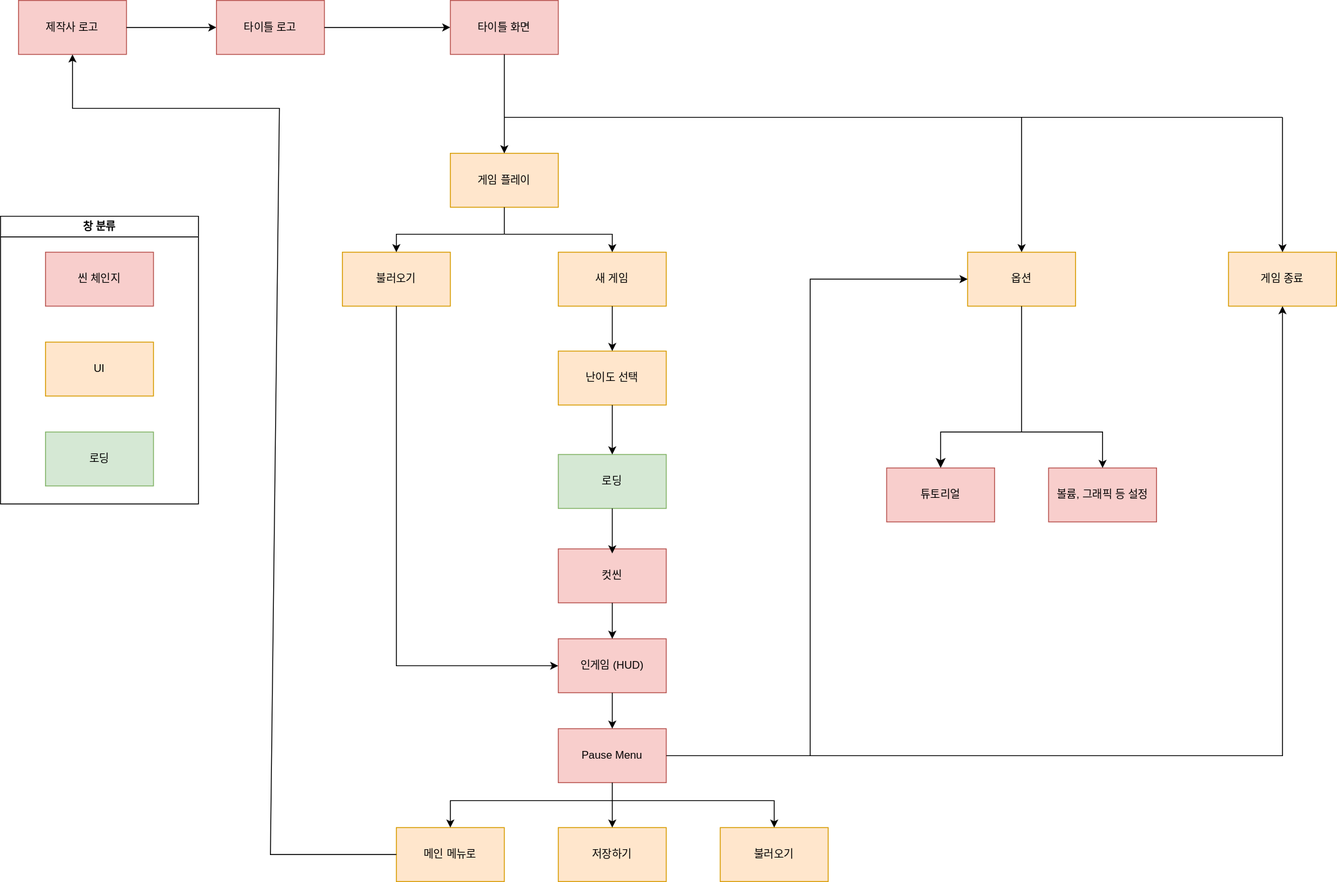
Above: images/착호 씬플로우.drawio.svg in Shukaredy/redygames (draw.io), before the change. Source tidied: cells renumbered, new cells last; positions are measured from the earlier drawing's top-left corner, leaving out a move shared by most shapes. Source of this version:
```xml
<mxGraphModel>
  <root>
    <mxCell id="0" />
    <mxCell id="1" parent="0" />
    <mxCell id="2" value="제작사 로고" style="rounded=0;whiteSpace=wrap;html=1;fillColor=#f8cecc;strokeColor=#b85450;" parent="1" vertex="1">
      <mxGeometry x="20" width="120" height="60" as="geometry" />
    </mxCell>
    <mxCell id="3" style="endArrow=classic;html=1;rounded=0;exitX=1;exitY=0.5;exitDx=0;exitDy=0;entryX=0;entryY=0.5;entryDx=0;entryDy=0;" parent="1" edge="1" source="2" target="4">
      <mxGeometry relative="1" as="geometry" />
    </mxCell>
    <mxCell id="4" value="타이틀 로고" style="rounded=0;whiteSpace=wrap;html=1;fillColor=#f8cecc;strokeColor=#b85450;" parent="1" vertex="1">
      <mxGeometry x="240" width="120" height="60" as="geometry" />
    </mxCell>
    <mxCell id="5" style="endArrow=classic;html=1;rounded=0;exitX=1;exitY=0.5;exitDx=0;exitDy=0;entryX=0;entryY=0.5;entryDx=0;entryDy=0;" parent="1" edge="1" source="4" target="6">
      <mxGeometry relative="1" as="geometry" />
    </mxCell>
    <mxCell id="6" value="타이틀 화면" style="rounded=0;whiteSpace=wrap;html=1;fillColor=#f8cecc;strokeColor=#b85450;" parent="1" vertex="1">
      <mxGeometry x="500" width="120" height="60" as="geometry" />
    </mxCell>
    <mxCell id="7" value="게임 플레이" style="rounded=0;whiteSpace=wrap;html=1;fillColor=#ffe6cc;strokeColor=#d79b00;" parent="1" vertex="1">
      <mxGeometry x="500" y="170" width="120" height="60" as="geometry" />
    </mxCell>
    <mxCell id="8" style="endArrow=classic;html=1;rounded=0;exitX=0.5;exitY=1;exitDx=0;exitDy=0;entryX=0.5;entryY=0;entryDx=0;entryDy=0;" parent="1" edge="1" source="6" target="7">
      <mxGeometry relative="1" as="geometry" />
    </mxCell>
    <mxCell id="9" style="endArrow=classic;html=1;rounded=0;entryX=0.5;entryY=0;entryDx=0;entryDy=0;" parent="1" edge="1" target="10">
      <mxGeometry relative="1" as="geometry">
        <mxPoint x="560" y="130" as="sourcePoint" />
        <Array as="points">
          <mxPoint x="1135" y="130" />
        </Array>
      </mxGeometry>
    </mxCell>
    <mxCell id="10" value="옵션" style="rounded=0;whiteSpace=wrap;html=1;fillColor=#ffe6cc;strokeColor=#d79b00;" parent="1" vertex="1">
      <mxGeometry x="1075" y="280" width="120" height="60" as="geometry" />
    </mxCell>
    <mxCell id="11" value="볼륨, 그래픽 등 설정" style="rounded=0;whiteSpace=wrap;html=1;fillColor=#f8cecc;strokeColor=#b85450;" parent="1" vertex="1">
      <mxGeometry x="1165" y="520" width="120" height="60" as="geometry" />
    </mxCell>
    <mxCell id="12" value="로딩" style="rounded=0;whiteSpace=wrap;html=1;fillColor=#d5e8d4;strokeColor=#82b366;" parent="1" vertex="1">
      <mxGeometry x="620" y="505" width="120" height="60" as="geometry" />
    </mxCell>
    <mxCell id="13" value="인게임 (HUD)" style="rounded=0;whiteSpace=wrap;html=1;fillColor=#f8cecc;strokeColor=#b85450;" parent="1" vertex="1">
      <mxGeometry x="620" y="710" width="120" height="60" as="geometry" />
    </mxCell>
    <mxCell id="14" style="endArrow=classic;html=1;rounded=0;fontSize=12;startSize=8;endSize=8;curved=0;" parent="1" edge="1">
      <mxGeometry relative="1" as="geometry">
        <mxPoint x="1135" y="480" as="sourcePoint" />
        <mxPoint x="1045" y="520" as="targetPoint" />
        <Array as="points">
          <mxPoint x="1045" y="480" />
        </Array>
      </mxGeometry>
    </mxCell>
    <mxCell id="15" value="튜토리얼" style="rounded=0;whiteSpace=wrap;html=1;fillColor=#f8cecc;strokeColor=#b85450;" parent="1" vertex="1">
      <mxGeometry x="985" y="520" width="120" height="60" as="geometry" />
    </mxCell>
    <mxCell id="16" value="게임 종료" style="rounded=0;whiteSpace=wrap;html=1;fillColor=#ffe6cc;strokeColor=#d79b00;" parent="1" vertex="1">
      <mxGeometry x="1365" y="280" width="120" height="60" as="geometry" />
    </mxCell>
    <mxCell id="17" value="창 분류" style="swimlane;whiteSpace=wrap;html=1;" parent="1" vertex="1">
      <mxGeometry y="240" width="220" height="320" as="geometry" />
    </mxCell>
    <mxCell id="18" value="씬 체인지" style="rounded=0;whiteSpace=wrap;html=1;fillColor=#f8cecc;strokeColor=#b85450;" parent="17" vertex="1">
      <mxGeometry x="50" y="40" width="120" height="60" as="geometry" />
    </mxCell>
    <mxCell id="19" value="UI" style="rounded=0;whiteSpace=wrap;html=1;fillColor=#ffe6cc;strokeColor=#d79b00;" parent="17" vertex="1">
      <mxGeometry x="50" y="140" width="120" height="60" as="geometry" />
    </mxCell>
    <mxCell id="20" value="로딩" style="rounded=0;whiteSpace=wrap;html=1;fillColor=#d5e8d4;strokeColor=#82b366;" parent="17" vertex="1">
      <mxGeometry x="50" y="240" width="120" height="60" as="geometry" />
    </mxCell>
    <mxCell id="21" value="불러오기" style="rounded=0;whiteSpace=wrap;html=1;fillColor=#ffe6cc;strokeColor=#d79b00;" parent="1" vertex="1">
      <mxGeometry x="380" y="280" width="120" height="60" as="geometry" />
    </mxCell>
    <mxCell id="22" value="새 게임" style="rounded=0;whiteSpace=wrap;html=1;fillColor=#ffe6cc;strokeColor=#d79b00;" parent="1" vertex="1">
      <mxGeometry x="620" y="280" width="120" height="60" as="geometry" />
    </mxCell>
    <mxCell id="23" value="난이도 선택" style="rounded=0;whiteSpace=wrap;html=1;fillColor=#ffe6cc;strokeColor=#d79b00;" parent="1" vertex="1">
      <mxGeometry x="620" y="390" width="120" height="60" as="geometry" />
    </mxCell>
    <mxCell id="24" value="컷씬" style="rounded=0;whiteSpace=wrap;html=1;fillColor=#f8cecc;strokeColor=#b85450;" parent="1" vertex="1">
      <mxGeometry x="620" y="610" width="120" height="60" as="geometry" />
    </mxCell>
    <mxCell id="25" style="endArrow=none;html=1;rounded=0;entryX=0.5;entryY=1;entryDx=0;entryDy=0;" parent="1" edge="1" target="7">
      <mxGeometry relative="1" as="geometry">
        <mxPoint x="560" y="260" as="sourcePoint" />
      </mxGeometry>
    </mxCell>
    <mxCell id="26" style="endArrow=classic;html=1;rounded=0;entryX=0.5;entryY=0;entryDx=0;entryDy=0;" parent="1" edge="1" target="21">
      <mxGeometry relative="1" as="geometry">
        <mxPoint x="560" y="260" as="sourcePoint" />
        <Array as="points">
          <mxPoint x="440" y="260" />
        </Array>
      </mxGeometry>
    </mxCell>
    <mxCell id="27" style="endArrow=classic;html=1;rounded=0;entryX=0.5;entryY=0;entryDx=0;entryDy=0;" parent="1" edge="1" target="22">
      <mxGeometry relative="1" as="geometry">
        <mxPoint x="560" y="260" as="sourcePoint" />
        <Array as="points">
          <mxPoint x="680" y="260" />
        </Array>
      </mxGeometry>
    </mxCell>
    <mxCell id="28" style="endArrow=classic;html=1;rounded=0;exitX=0.5;exitY=1;exitDx=0;exitDy=0;entryX=0.5;entryY=0;entryDx=0;entryDy=0;" parent="1" edge="1" source="22" target="23">
      <mxGeometry relative="1" as="geometry" />
    </mxCell>
    <mxCell id="29" style="endArrow=classic;html=1;rounded=0;exitX=0.5;exitY=1;exitDx=0;exitDy=0;entryX=0.5;entryY=0;entryDx=0;entryDy=0;" parent="1" edge="1" source="23" target="12">
      <mxGeometry relative="1" as="geometry" />
    </mxCell>
    <mxCell id="30" style="endArrow=classic;html=1;rounded=0;exitX=0.5;exitY=1;exitDx=0;exitDy=0;entryX=0.5;entryY=0;entryDx=0;entryDy=0;" parent="1" edge="1" source="12">
      <mxGeometry relative="1" as="geometry">
        <mxPoint x="680" y="615" as="targetPoint" />
      </mxGeometry>
    </mxCell>
    <mxCell id="31" style="endArrow=classic;html=1;rounded=0;exitX=0.5;exitY=1;exitDx=0;exitDy=0;entryX=0.5;entryY=0;entryDx=0;entryDy=0;" parent="1" edge="1" source="24" target="13">
      <mxGeometry relative="1" as="geometry" />
    </mxCell>
    <mxCell id="32" style="endArrow=none;html=1;rounded=0;" parent="1" edge="1">
      <mxGeometry relative="1" as="geometry">
        <mxPoint x="1135" y="130" as="sourcePoint" />
        <mxPoint x="1425" y="130" as="targetPoint" />
      </mxGeometry>
    </mxCell>
    <mxCell id="33" style="endArrow=classic;html=1;rounded=0;entryX=0.5;entryY=0;entryDx=0;entryDy=0;" parent="1" edge="1" target="16">
      <mxGeometry relative="1" as="geometry">
        <mxPoint x="1425" y="130" as="sourcePoint" />
      </mxGeometry>
    </mxCell>
    <mxCell id="34" style="endArrow=none;html=1;rounded=0;exitX=0.5;exitY=1;exitDx=0;exitDy=0;" parent="1" edge="1" source="10">
      <mxGeometry relative="1" as="geometry">
        <mxPoint x="1135" y="480" as="targetPoint" />
      </mxGeometry>
    </mxCell>
    <mxCell id="35" style="endArrow=classic;html=1;rounded=0;exitX=0.5;exitY=1;exitDx=0;exitDy=0;entryX=0;entryY=0.5;entryDx=0;entryDy=0;" parent="1" edge="1" source="21" target="13">
      <mxGeometry relative="1" as="geometry">
        <Array as="points">
          <mxPoint x="440" y="740" />
        </Array>
      </mxGeometry>
    </mxCell>
    <mxCell id="36" style="endArrow=classic;html=1;rounded=0;entryX=0.5;entryY=0;entryDx=0;entryDy=0;" parent="1" edge="1" target="11">
      <mxGeometry relative="1" as="geometry">
        <mxPoint x="1135" y="480" as="sourcePoint" />
        <Array as="points">
          <mxPoint x="1225" y="480" />
        </Array>
      </mxGeometry>
    </mxCell>
    <mxCell id="37" value="Pause Menu" style="rounded=0;whiteSpace=wrap;html=1;fillColor=#f8cecc;strokeColor=#b85450;" parent="1" vertex="1">
      <mxGeometry x="620" y="810" width="120" height="60" as="geometry" />
    </mxCell>
    <mxCell id="38" style="endArrow=classic;html=1;rounded=0;exitX=0.5;exitY=1;exitDx=0;exitDy=0;entryX=0.5;entryY=0;entryDx=0;entryDy=0;" parent="1" edge="1" source="13" target="37">
      <mxGeometry relative="1" as="geometry" />
    </mxCell>
    <mxCell id="39" value="메인 메뉴로" style="rounded=0;whiteSpace=wrap;html=1;fillColor=#ffe6cc;strokeColor=#d79b00;" parent="1" vertex="1">
      <mxGeometry x="440" y="920" width="120" height="60" as="geometry" />
    </mxCell>
    <mxCell id="40" value="저장하기" style="rounded=0;whiteSpace=wrap;html=1;fillColor=#ffe6cc;strokeColor=#d79b00;" parent="1" vertex="1">
      <mxGeometry x="620" y="920" width="120" height="60" as="geometry" />
    </mxCell>
    <mxCell id="41" style="endArrow=classic;html=1;rounded=0;exitX=0.5;exitY=1;exitDx=0;exitDy=0;entryX=0.5;entryY=0;entryDx=0;entryDy=0;" parent="1" edge="1" source="37" target="39">
      <mxGeometry relative="1" as="geometry">
        <Array as="points">
          <mxPoint x="680" y="890" />
          <mxPoint x="500" y="890" />
        </Array>
      </mxGeometry>
    </mxCell>
    <mxCell id="42" style="endArrow=classic;html=1;rounded=0;entryX=0.5;entryY=0;entryDx=0;entryDy=0;" parent="1" edge="1" target="40">
      <mxGeometry relative="1" as="geometry">
        <mxPoint x="680" y="890" as="sourcePoint" />
      </mxGeometry>
    </mxCell>
    <mxCell id="43" value="불러오기" style="rounded=0;whiteSpace=wrap;html=1;fillColor=#ffe6cc;strokeColor=#d79b00;" parent="1" vertex="1">
      <mxGeometry x="800" y="920" width="120" height="60" as="geometry" />
    </mxCell>
    <mxCell id="44" style="endArrow=classic;html=1;rounded=0;entryX=0.5;entryY=0;entryDx=0;entryDy=0;" parent="1" edge="1" target="43">
      <mxGeometry relative="1" as="geometry">
        <mxPoint x="680" y="890" as="sourcePoint" />
        <Array as="points">
          <mxPoint x="860" y="890" />
        </Array>
      </mxGeometry>
    </mxCell>
    <mxCell id="45" style="endArrow=classic;html=1;rounded=0;exitX=1;exitY=0.5;exitDx=0;exitDy=0;entryX=0;entryY=0.5;entryDx=0;entryDy=0;" parent="1" edge="1" source="37" target="10">
      <mxGeometry relative="1" as="geometry">
        <Array as="points">
          <mxPoint x="900" y="840" />
          <mxPoint x="900" y="310" />
        </Array>
      </mxGeometry>
    </mxCell>
    <mxCell id="46" style="endArrow=classic;html=1;rounded=0;entryX=0.5;entryY=1;entryDx=0;entryDy=0;" parent="1" edge="1" target="16">
      <mxGeometry relative="1" as="geometry">
        <mxPoint x="900" y="840" as="sourcePoint" />
        <Array as="points">
          <mxPoint x="1425" y="840" />
        </Array>
      </mxGeometry>
    </mxCell>
    <mxCell id="47" style="endArrow=classic;html=1;rounded=0;exitX=0;exitY=0.5;exitDx=0;exitDy=0;entryX=0.5;entryY=1;entryDx=0;entryDy=0;" parent="1" edge="1" source="39" target="2">
      <mxGeometry relative="1" as="geometry">
        <Array as="points">
          <mxPoint x="300" y="950" />
          <mxPoint x="310" y="120" />
          <mxPoint x="80" y="120" />
        </Array>
      </mxGeometry>
    </mxCell>
  </root>
</mxGraphModel>
```
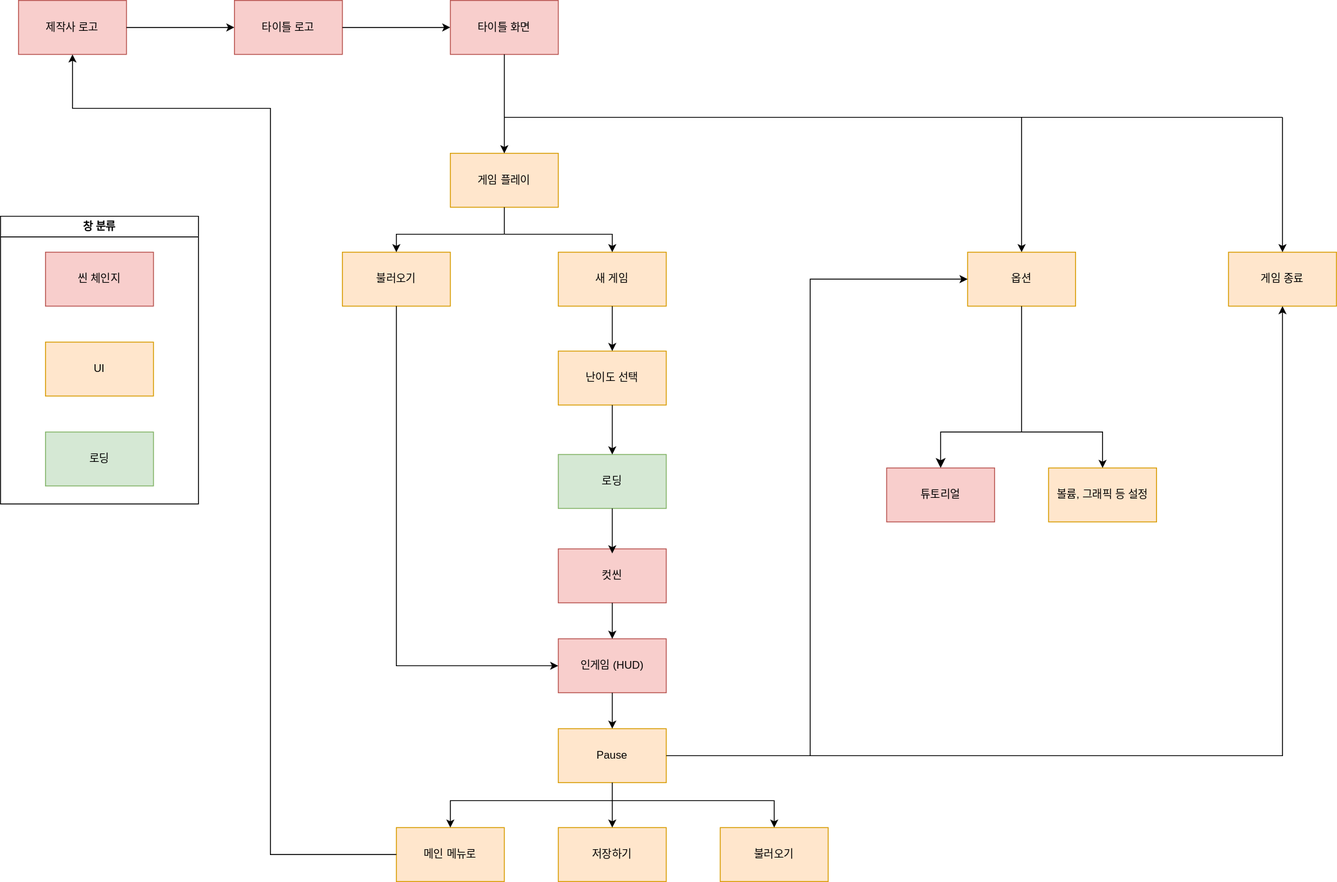
The same file after the commit.

Commit message:
Update 착호 씬플로우.drawio.svg

The edit, as a diff of the source:
```diff
@@ -9,7 +9,7 @@
       <mxGeometry relative="1" as="geometry" />
     </mxCell>
     <mxCell id="4" value="타이틀 로고" style="rounded=0;whiteSpace=wrap;html=1;fillColor=#f8cecc;strokeColor=#b85450;" parent="1" vertex="1">
-      <mxGeometry x="240" width="120" height="60" as="geometry" />
+      <mxGeometry x="260" width="120" height="60" as="geometry" />
     </mxCell>
     <mxCell id="5" style="endArrow=classic;html=1;rounded=0;exitX=1;exitY=0.5;exitDx=0;exitDy=0;entryX=0;entryY=0.5;entryDx=0;entryDy=0;" parent="1" edge="1" source="4" target="6">
       <mxGeometry relative="1" as="geometry" />
@@ -34,7 +34,7 @@
     <mxCell id="10" value="옵션" style="rounded=0;whiteSpace=wrap;html=1;fillColor=#ffe6cc;strokeColor=#d79b00;" parent="1" vertex="1">
       <mxGeometry x="1075" y="280" width="120" height="60" as="geometry" />
     </mxCell>
-    <mxCell id="11" value="볼륨, 그래픽 등 설정" style="rounded=0;whiteSpace=wrap;html=1;fillColor=#f8cecc;strokeColor=#b85450;" parent="1" vertex="1">
+    <mxCell id="11" value="볼륨, 그래픽 등 설정" style="rounded=0;whiteSpace=wrap;html=1;fillColor=#ffe6cc;strokeColor=#d79b00;" parent="1" vertex="1">
       <mxGeometry x="1165" y="520" width="120" height="60" as="geometry" />
     </mxCell>
     <mxCell id="12" value="로딩" style="rounded=0;whiteSpace=wrap;html=1;fillColor=#d5e8d4;strokeColor=#82b366;" parent="1" vertex="1">
@@ -148,7 +148,7 @@
         </Array>
       </mxGeometry>
     </mxCell>
-    <mxCell id="37" value="Pause Menu" style="rounded=0;whiteSpace=wrap;html=1;fillColor=#f8cecc;strokeColor=#b85450;" parent="1" vertex="1">
+    <mxCell id="37" value="Pause" style="rounded=0;whiteSpace=wrap;html=1;fillColor=#ffe6cc;strokeColor=#d79b00;" parent="1" vertex="1">
       <mxGeometry x="620" y="810" width="120" height="60" as="geometry" />
     </mxCell>
     <mxCell id="38" style="endArrow=classic;html=1;rounded=0;exitX=0.5;exitY=1;exitDx=0;exitDy=0;entryX=0.5;entryY=0;entryDx=0;entryDy=0;" parent="1" edge="1" source="13" target="37">
@@ -204,7 +204,7 @@
       <mxGeometry relative="1" as="geometry">
         <Array as="points">
           <mxPoint x="300" y="950" />
-          <mxPoint x="310" y="120" />
+          <mxPoint x="300" y="120" />
           <mxPoint x="80" y="120" />
         </Array>
       </mxGeometry>
```
